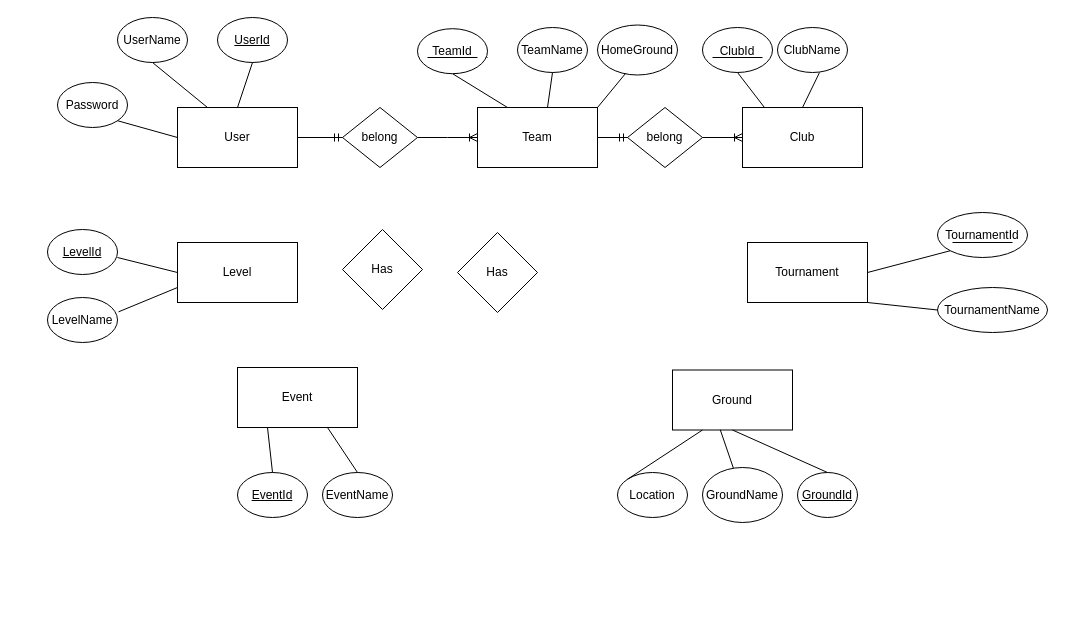
This is Untitled Diagram.drawio from chamithopatha/Crickfix, a draw.io file, before an edit. Source tidied: cells renumbered, new cells numbered last; positions are measured from the earlier drawing's top-left corner, leaving out a move shared by most shapes. Both pictures are drawn from the tidied source at 100%, with x=0, y=0 at pixel (47, 17).
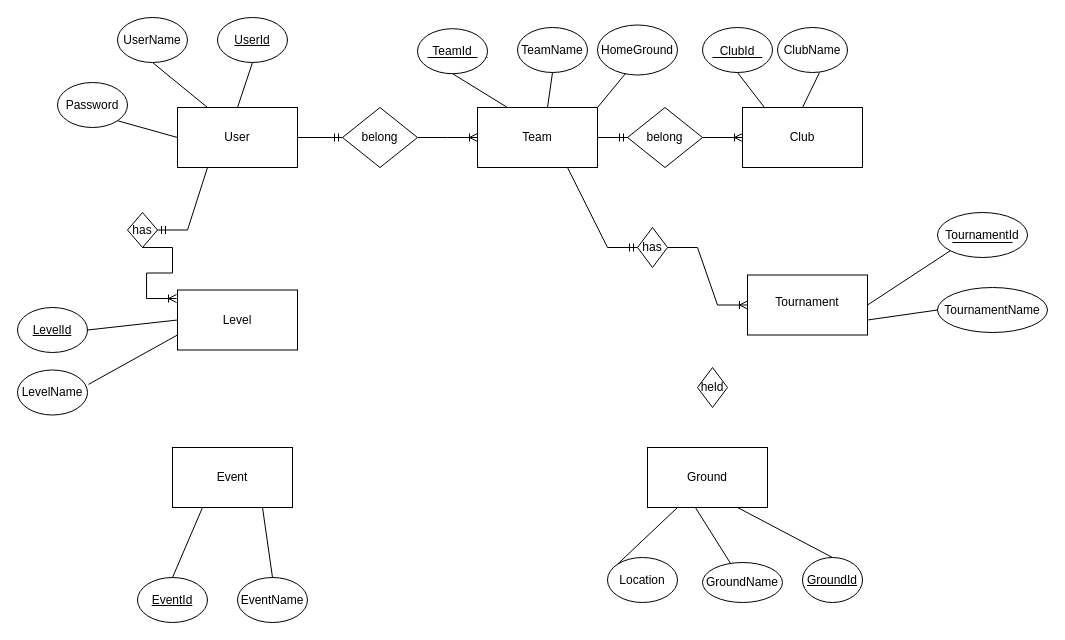
The same page after the edit.

The change refers to these unchanged cells:
```xml
<mxCell id="11" style="rounded=0;whiteSpace=wrap;html=1;" parent="1" vertex="1">
  <mxGeometry x="130" y="90" width="120" height="60" as="geometry" />
</mxCell>
<mxCell id="16" style="rounded=0;whiteSpace=wrap;html=1;" parent="1" vertex="1">
  <mxGeometry x="430" y="90" width="120" height="60" as="geometry" />
</mxCell>
<mxCell id="38" style="ellipse;whiteSpace=wrap;html=1;" parent="1" vertex="1">
  <mxGeometry x="890" y="270" width="110" height="45" as="geometry" />
</mxCell>
```

Change to the diagram source:
```diff
@@
     <mxCell id="7" value="&lt;u&gt;EventId&lt;/u&gt;" style="ellipse;whiteSpace=wrap;html=1;" parent="1" vertex="1">
-      <mxGeometry x="190" y="455" width="70" height="45" as="geometry" />
+      <mxGeometry x="90" y="560" width="70" height="45" as="geometry" />
     </mxCell>
     <mxCell id="8" value="Location" style="ellipse;whiteSpace=wrap;html=1;" parent="1" vertex="1">
-      <mxGeometry x="570" y="455" width="70" height="45" as="geometry" />
+      <mxGeometry x="560" y="540" width="70" height="45" as="geometry" />
     </mxCell>
     <mxCell id="9" value="GroundName" style="ellipse;whiteSpace=wrap;html=1;" parent="1" vertex="1">
-      <mxGeometry x="655" y="450" width="80" height="55" as="geometry" />
+      <mxGeometry x="655" y="545" width="80" height="40" as="geometry" />
     </mxCell>
     <mxCell id="10" value="&lt;u&gt;GroundId&lt;/u&gt;" style="ellipse;whiteSpace=wrap;html=1;" parent="1" vertex="1">
-      <mxGeometry x="750" y="455" width="60" height="45" as="geometry" />
+      <mxGeometry x="755" y="540" width="60" height="45" as="geometry" />
     </mxCell>
@@
     <mxCell id="21" style="rounded=0;whiteSpace=wrap;html=1;" parent="1" vertex="1">
-      <mxGeometry x="625" y="352.5" width="120" height="60" as="geometry" />
+      <mxGeometry x="600" y="430" width="120" height="60" as="geometry" />
     </mxCell>
     <mxCell id="22" value="Ground" style="text;html=1;strokeColor=none;fillColor=none;align=center;verticalAlign=middle;whiteSpace=wrap;rounded=0;" parent="1" vertex="1">
-      <mxGeometry x="655" y="367.5" width="60" height="30" as="geometry" />
+      <mxGeometry x="630" y="445" width="60" height="30" as="geometry" />
     </mxCell>
     <mxCell id="23" style="rounded=0;whiteSpace=wrap;html=1;" parent="1" vertex="1">
-      <mxGeometry x="130" y="225" width="120" height="60" as="geometry" />
+      <mxGeometry x="130" y="272.5" width="120" height="60" as="geometry" />
     </mxCell>
     <mxCell id="24" value="Level" style="text;html=1;strokeColor=none;fillColor=none;align=center;verticalAlign=middle;whiteSpace=wrap;rounded=0;" parent="1" vertex="1">
-      <mxGeometry x="160" y="240" width="60" height="30" as="geometry" />
+      <mxGeometry x="160" y="287.5" width="60" height="30" as="geometry" />
     </mxCell>
     <mxCell id="25" style="rounded=0;whiteSpace=wrap;html=1;" parent="1" vertex="1">
-      <mxGeometry x="190" y="350" width="120" height="60" as="geometry" />
+      <mxGeometry x="125" y="430" width="120" height="60" as="geometry" />
     </mxCell>
     <mxCell id="26" value="Event" style="text;html=1;strokeColor=none;fillColor=none;align=center;verticalAlign=middle;whiteSpace=wrap;rounded=0;" parent="1" vertex="1">
-      <mxGeometry x="220" y="365" width="60" height="30" as="geometry" />
+      <mxGeometry x="155" y="445" width="60" height="30" as="geometry" />
     </mxCell>
-    <mxCell id="27" style="endArrow=none;html=1;rounded=0;exitX=0.5;exitY=1;exitDx=0;exitDy=0;entryX=0.5;entryY=0;entryDx=0;entryDy=0;" parent="1" edge="1" source="21" target="10">
+    <mxCell id="27" style="endArrow=none;html=1;rounded=0;exitX=0.75;exitY=1;exitDx=0;exitDy=0;entryX=0.5;entryY=0;entryDx=0;entryDy=0;" parent="1" edge="1" source="21" target="10">
       <mxGeometry relative="1" as="geometry" />
     </mxCell>
@@
     <mxCell id="39" style="rounded=0;whiteSpace=wrap;html=1;" parent="1" vertex="1">
-      <mxGeometry x="700" y="225" width="120" height="60" as="geometry" />
+      <mxGeometry x="700" y="257.5" width="120" height="60" as="geometry" />
     </mxCell>
     <mxCell id="40" value="Tournament" style="text;html=1;strokeColor=none;fillColor=none;align=center;verticalAlign=middle;whiteSpace=wrap;rounded=0;" parent="1" vertex="1">
-      <mxGeometry x="730" y="240" width="60" height="30" as="geometry" />
+      <mxGeometry x="730" y="270" width="60" height="30" as="geometry" />
     </mxCell>
@@
-    <mxCell id="45" style="endArrow=none;html=1;rounded=0;exitX=1;exitY=1;exitDx=0;exitDy=0;entryX=0;entryY=0.5;entryDx=0;entryDy=0;" parent="1" edge="1" source="39" target="38">
+    <mxCell id="45" style="endArrow=none;html=1;rounded=0;exitX=1;exitY=0.75;exitDx=0;exitDy=0;entryX=0;entryY=0.5;entryDx=0;entryDy=0;" parent="1" edge="1" source="39" target="38">
       <mxGeometry relative="1" as="geometry" />
     </mxCell>
@@
     <mxCell id="52" value="EventName" style="ellipse;whiteSpace=wrap;html=1;" parent="1" vertex="1">
-      <mxGeometry x="275" y="455" width="70" height="45" as="geometry" />
+      <mxGeometry x="190" y="560" width="70" height="45" as="geometry" />
     </mxCell>
@@
-    <mxCell id="54" value="Has" style="rhombus;whiteSpace=wrap;html=1;rotation=0;" parent="1" vertex="1">
-      <mxGeometry x="295" y="212" width="80" height="80" as="geometry" />
+    <mxCell id="54" value="has" style="rhombus;whiteSpace=wrap;html=1;rotation=0;" parent="1" vertex="1">
+      <mxGeometry x="80" y="195" width="30" height="35" as="geometry" />
     </mxCell>
@@
     <mxCell id="60" value="&lt;u&gt;LevelId&lt;/u&gt;" style="ellipse;whiteSpace=wrap;html=1;" parent="1" vertex="1">
-      <mxGeometry y="212" width="70" height="45" as="geometry" />
+      <mxGeometry x="-30" y="290" width="70" height="45" as="geometry" />
     </mxCell>
-    <mxCell id="61" style="endArrow=none;html=1;rounded=0;exitX=0;exitY=0.5;exitDx=0;exitDy=0;" parent="1" edge="1" source="23">
-      <mxGeometry relative="1" as="geometry">
-        <mxPoint x="70" y="240" as="targetPoint" />
-      </mxGeometry>
+    <mxCell id="61" style="endArrow=none;html=1;rounded=0;exitX=0;exitY=0.5;exitDx=0;exitDy=0;entryX=1;entryY=0.5;entryDx=0;entryDy=0;" parent="1" edge="1" source="23" target="60">
+      <mxGeometry relative="1" as="geometry" />
     </mxCell>
     <mxCell id="62" value="LevelName" style="ellipse;whiteSpace=wrap;html=1;" parent="1" vertex="1">
-      <mxGeometry y="280" width="70" height="45" as="geometry" />
+      <mxGeometry x="-30" y="352.5" width="70" height="45" as="geometry" />
     </mxCell>
@@
-    <mxCell id="65" value="Has" style="rhombus;whiteSpace=wrap;html=1;rotation=0;" parent="1" vertex="1">
-      <mxGeometry x="410" y="215" width="80" height="80" as="geometry" />
+    <mxCell id="65" value="has" style="rhombus;whiteSpace=wrap;html=1;rotation=0;" parent="1" vertex="1">
+      <mxGeometry x="590" y="210" width="30" height="40" as="geometry" />
     </mxCell>
@@
+    <mxCell id="70" value="held" style="rhombus;whiteSpace=wrap;html=1;rotation=0;" parent="1" vertex="1">
+      <mxGeometry x="650" y="350" width="30" height="40" as="geometry" />
+    </mxCell>
+    <mxCell id="71" style="edgeStyle=entityRelationEdgeStyle;fontSize=12;html=1;endArrow=ERmandOne;rounded=0;entryX=0;entryY=0.5;entryDx=0;entryDy=0;exitX=0.5;exitY=1;exitDx=0;exitDy=0;" parent="1" edge="1" source="16" target="65">
+      <mxGeometry relative="1" as="geometry" />
+    </mxCell>
+    <mxCell id="72" style="edgeStyle=entityRelationEdgeStyle;fontSize=12;html=1;endArrow=ERoneToMany;rounded=0;entryX=0;entryY=0.5;entryDx=0;entryDy=0;exitX=1;exitY=0.5;exitDx=0;exitDy=0;" parent="1" edge="1" source="65" target="39">
+      <mxGeometry relative="1" as="geometry" />
+    </mxCell>
+    <mxCell id="73" style="edgeStyle=entityRelationEdgeStyle;fontSize=12;html=1;endArrow=ERmandOne;rounded=0;entryX=1;entryY=0.5;entryDx=0;entryDy=0;exitX=0.5;exitY=1;exitDx=0;exitDy=0;" parent="1" edge="1" source="11" target="54">
+      <mxGeometry relative="1" as="geometry" />
+    </mxCell>
+    <mxCell id="74" style="edgeStyle=entityRelationEdgeStyle;fontSize=12;html=1;endArrow=ERoneToMany;rounded=0;entryX=-0.008;entryY=0.142;entryDx=0;entryDy=0;entryPerimeter=0;exitX=0.5;exitY=1;exitDx=0;exitDy=0;" parent="1" edge="1" source="54" target="23">
+      <mxGeometry relative="1" as="geometry" />
+    </mxCell>
```
